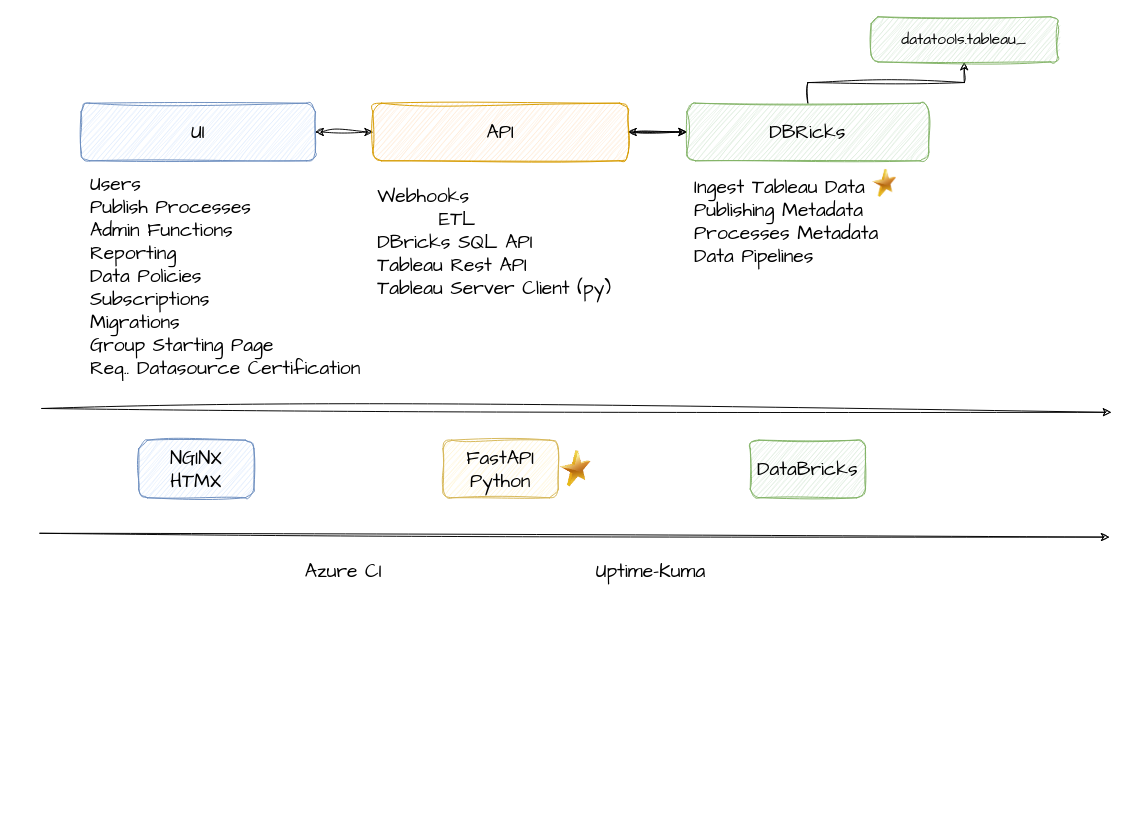
Above: page "Backend" (3 of 5) of Tableau Admin Tool.drawio in KycdoE/drawio_charts (draw.io), before the change. Source tidied: cells renumbered, new cells numbered last; positions are measured from the earlier drawing's top-left corner, leaving out a move shared by most shapes. Both pictures are drawn from the tidied source at 96%, with x=0, y=0 at pixel (39, 16).
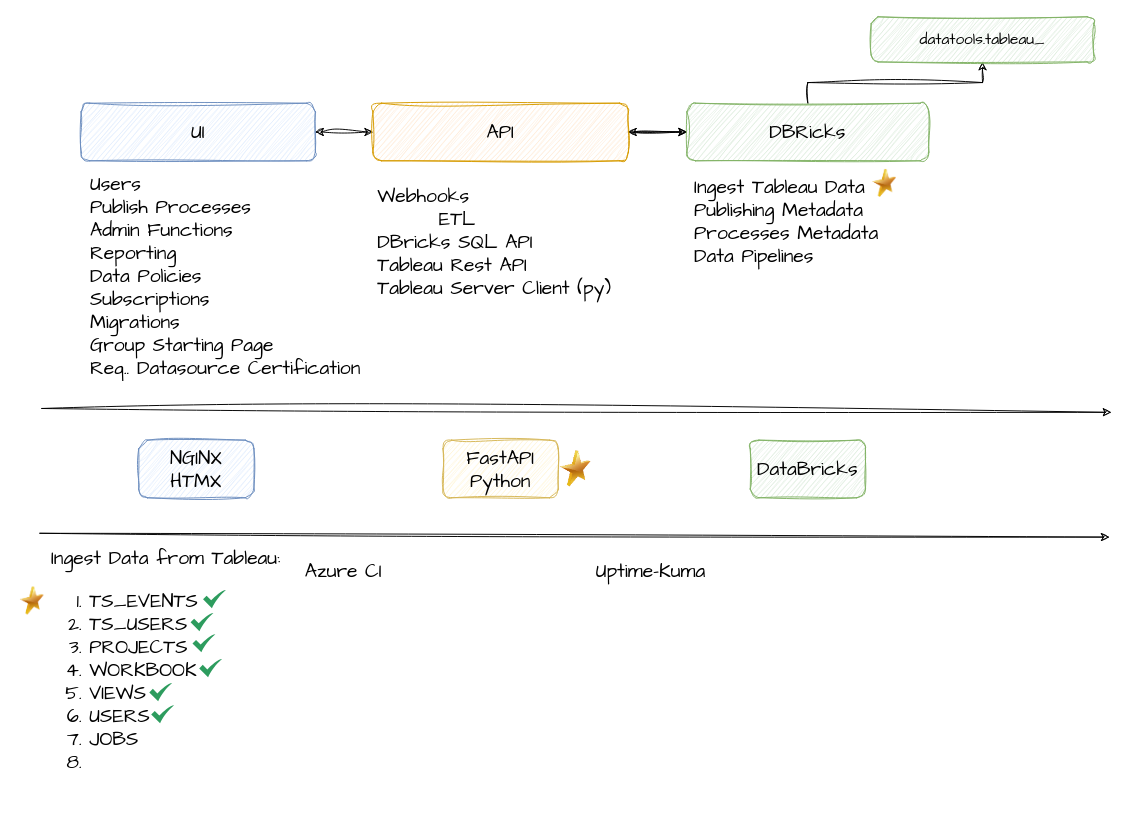
The same page after the edit.

Diff of the diagram source:
```diff
@@
     <mxCell id="12" value="datatools.tableau_" style="rounded=1;whiteSpace=wrap;html=1;sketch=1;hachureGap=4;jiggle=2;curveFitting=1;fontFamily=Architects Daughter;fontSize=16;fillColor=#d5e8d4;strokeColor=#82b366;" parent="1" vertex="1">
-      <mxGeometry x="866" width="194" height="47" as="geometry" />
+      <mxGeometry x="866" width="232" height="47" as="geometry" />
     </mxCell>
@@
+    <mxCell id="22" value="Ingest Data from Tableau:&lt;br&gt;&lt;ol&gt;&lt;li&gt;TS_EVENTS&lt;/li&gt;&lt;li&gt;TS_USERS&lt;/li&gt;&lt;li&gt;PROJECTS&lt;/li&gt;&lt;li&gt;WORKBOOK&lt;/li&gt;&lt;li&gt;VIEWS&lt;/li&gt;&lt;li&gt;USERS&lt;/li&gt;&lt;li&gt;JOBS&lt;/li&gt;&lt;li&gt;&lt;br&gt;&lt;/li&gt;&lt;/ol&gt;" style="text;html=1;align=left;verticalAlign=middle;strokeColor=none;fillColor=none;fontSize=20;fontFamily=Architects Daughter;" parent="1" vertex="1">
+      <mxGeometry x="10" y="546" width="257" height="268" as="geometry" />
+    </mxCell>
+    <mxCell id="23" style="image;html=1;image=img/lib/clip_art/general/Star_128x128.png;sketch=1;hachureGap=4;jiggle=2;curveFitting=1;fontFamily=Architects Daughter;fontSize=20;" parent="1" vertex="1">
+      <mxGeometry x="-24" y="594" width="32" height="29" as="geometry" />
+    </mxCell>
+    <mxCell id="24" style="sketch=0;html=1;strokeColor=none;shadow=0;align=center;fillColor=#2D9C5E;verticalAlign=top;labelPosition=center;verticalLabelPosition=bottom;shape=mxgraph.gcp2.check;hachureGap=4;jiggle=2;curveFitting=1;fontFamily=Architects Daughter;fontSize=20;" parent="1" vertex="1">
+      <mxGeometry x="170" y="597" width="23.8" height="19" as="geometry" />
+    </mxCell>
+    <mxCell id="25" style="sketch=0;html=1;strokeColor=none;shadow=0;align=center;fillColor=#2D9C5E;verticalAlign=top;labelPosition=center;verticalLabelPosition=bottom;shape=mxgraph.gcp2.check;hachureGap=4;jiggle=2;curveFitting=1;fontFamily=Architects Daughter;fontSize=20;" parent="1" vertex="1">
+      <mxGeometry x="157" y="621" width="23.8" height="19" as="geometry" />
+    </mxCell>
+    <mxCell id="26" style="sketch=0;html=1;strokeColor=none;shadow=0;align=center;fillColor=#2D9C5E;verticalAlign=top;labelPosition=center;verticalLabelPosition=bottom;shape=mxgraph.gcp2.check;hachureGap=4;jiggle=2;curveFitting=1;fontFamily=Architects Daughter;fontSize=20;" parent="1" vertex="1">
+      <mxGeometry x="159" y="643" width="23.8" height="19" as="geometry" />
+    </mxCell>
+    <mxCell id="27" style="sketch=0;html=1;strokeColor=none;shadow=0;align=center;fillColor=#2D9C5E;verticalAlign=top;labelPosition=center;verticalLabelPosition=bottom;shape=mxgraph.gcp2.check;hachureGap=4;jiggle=2;curveFitting=1;fontFamily=Architects Daughter;fontSize=20;" parent="1" vertex="1">
+      <mxGeometry x="166" y="669" width="23.8" height="19" as="geometry" />
+    </mxCell>
+    <mxCell id="28" style="sketch=0;html=1;strokeColor=none;shadow=0;align=center;fillColor=#2D9C5E;verticalAlign=top;labelPosition=center;verticalLabelPosition=bottom;shape=mxgraph.gcp2.check;hachureGap=4;jiggle=2;curveFitting=1;fontFamily=Architects Daughter;fontSize=20;" parent="1" vertex="1">
+      <mxGeometry x="114" y="694" width="23.8" height="19" as="geometry" />
+    </mxCell>
+    <mxCell id="29" style="sketch=0;html=1;strokeColor=none;shadow=0;align=center;fillColor=#2D9C5E;verticalAlign=top;labelPosition=center;verticalLabelPosition=bottom;shape=mxgraph.gcp2.check;hachureGap=4;jiggle=2;curveFitting=1;fontFamily=Architects Daughter;fontSize=20;" parent="1" vertex="1">
+      <mxGeometry x="116" y="717" width="23.8" height="19" as="geometry" />
+    </mxCell>
```
